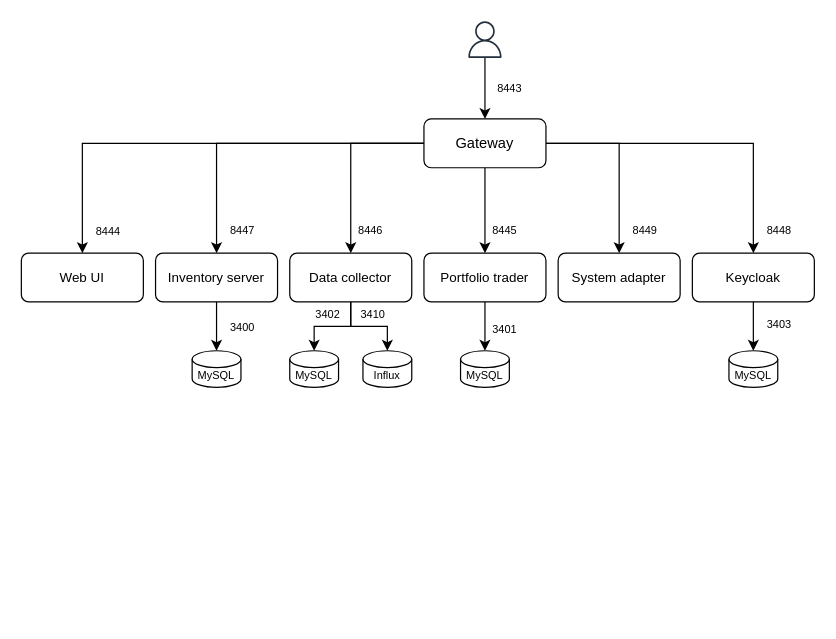
bit-fever/.github keeps this draw.io diagram as profile/diagrams/components.drawio. Above is the earlier version. Source tidied: cells renumbered, new cells numbered last; positions are measured from the earlier drawing's top-left corner, leaving out a move shared by most shapes. Both pictures are drawn from the tidied source at 122%, with x=0, y=0 at pixel (21, 21).
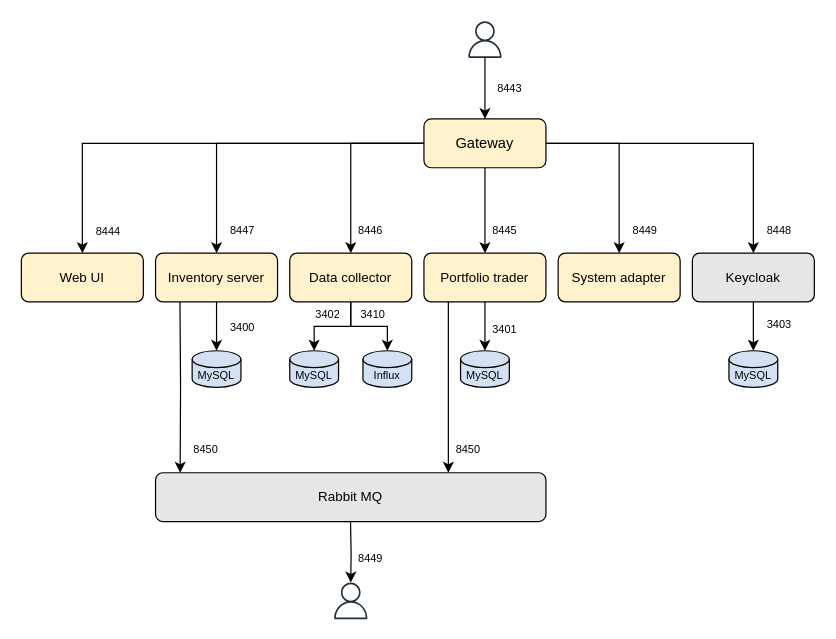
The same page after the edit.

Commit message (it also covers changes not shown here):
Updated general diagram

Change to the diagram source:
```diff
@@
-    <mxCell id="12" value="Gateway" style="rounded=1;whiteSpace=wrap;html=1;" parent="1" vertex="1">
+    <mxCell id="12" value="Gateway" style="rounded=1;whiteSpace=wrap;html=1;fillColor=#FFF2CC;" parent="1" vertex="1">
       <mxGeometry x="330" y="80" width="100" height="40" as="geometry" />
     </mxCell>
-    <mxCell id="13" value="Web UI" style="rounded=1;whiteSpace=wrap;html=1;fontSize=11;" parent="1" vertex="1">
+    <mxCell id="13" value="Web UI" style="rounded=1;whiteSpace=wrap;html=1;fontSize=11;fillColor=#FFF2CC;" parent="1" vertex="1">
       <mxGeometry y="190" width="100" height="40" as="geometry" />
     </mxCell>
-    <mxCell id="14" value="Inventory server" style="rounded=1;whiteSpace=wrap;html=1;fontSize=11;" parent="1" vertex="1">
+    <mxCell id="14" value="Inventory server" style="rounded=1;whiteSpace=wrap;html=1;fontSize=11;fillColor=#FFF2CC;" parent="1" vertex="1">
       <mxGeometry x="110" y="190" width="100" height="40" as="geometry" />
     </mxCell>
-    <mxCell id="15" value="Data collector" style="rounded=1;whiteSpace=wrap;html=1;fontSize=11;" parent="1" vertex="1">
+    <mxCell id="15" value="Data collector" style="rounded=1;whiteSpace=wrap;html=1;fontSize=11;fillColor=#FFF2CC;" parent="1" vertex="1">
       <mxGeometry x="220" y="190" width="100" height="40" as="geometry" />
     </mxCell>
-    <mxCell id="16" value="Portfolio trader" style="rounded=1;whiteSpace=wrap;html=1;fontSize=11;" parent="1" vertex="1">
+    <mxCell id="16" value="Portfolio trader" style="rounded=1;whiteSpace=wrap;html=1;fontSize=11;fillColor=#FFF2CC;" parent="1" vertex="1">
       <mxGeometry x="330" y="190" width="100" height="40" as="geometry" />
     </mxCell>
-    <mxCell id="17" value="System adapter" style="rounded=1;whiteSpace=wrap;html=1;fontSize=11;" parent="1" vertex="1">
+    <mxCell id="17" value="System adapter" style="rounded=1;whiteSpace=wrap;html=1;fontSize=11;fillColor=#FFF2CC;" parent="1" vertex="1">
       <mxGeometry x="440" y="190" width="100" height="40" as="geometry" />
     </mxCell>
-    <mxCell id="18" value="Keycloak" style="rounded=1;whiteSpace=wrap;html=1;fontSize=11;" parent="1" vertex="1">
+    <mxCell id="18" value="Keycloak" style="rounded=1;whiteSpace=wrap;html=1;fontSize=11;fillColor=#E6E6E6;" parent="1" vertex="1">
       <mxGeometry x="550" y="190" width="100" height="40" as="geometry" />
     </mxCell>
@@
-    <mxCell id="21" value="MySQL" style="shape=cylinder3;whiteSpace=wrap;html=1;boundedLbl=1;backgroundOutline=1;size=6.899993896484375;fontSize=9;" parent="1" vertex="1">
+    <mxCell id="21" value="MySQL" style="shape=cylinder3;whiteSpace=wrap;html=1;boundedLbl=1;backgroundOutline=1;size=6.899993896484375;fontSize=9;fillColor=#D4E1F5;" parent="1" vertex="1">
       <mxGeometry x="140" y="270" width="40" height="30" as="geometry" />
     </mxCell>
-    <mxCell id="22" value="MySQL" style="shape=cylinder3;whiteSpace=wrap;html=1;boundedLbl=1;backgroundOutline=1;size=6.899993896484375;fontSize=9;" parent="1" vertex="1">
+    <mxCell id="22" value="MySQL" style="shape=cylinder3;whiteSpace=wrap;html=1;boundedLbl=1;backgroundOutline=1;size=6.899993896484375;fontSize=9;fillColor=#D4E1F5;" parent="1" vertex="1">
       <mxGeometry x="220" y="270" width="40" height="30" as="geometry" />
     </mxCell>
-    <mxCell id="23" value="MySQL" style="shape=cylinder3;whiteSpace=wrap;html=1;boundedLbl=1;backgroundOutline=1;size=6.899993896484375;fontSize=9;" parent="1" vertex="1">
+    <mxCell id="23" value="MySQL" style="shape=cylinder3;whiteSpace=wrap;html=1;boundedLbl=1;backgroundOutline=1;size=6.899993896484375;fontSize=9;fillColor=#D4E1F5;" parent="1" vertex="1">
       <mxGeometry x="360" y="270" width="40" height="30" as="geometry" />
     </mxCell>
-    <mxCell id="24" value="MySQL" style="shape=cylinder3;whiteSpace=wrap;html=1;boundedLbl=1;backgroundOutline=1;size=6.899993896484375;fontSize=9;" parent="1" vertex="1">
+    <mxCell id="24" value="MySQL" style="shape=cylinder3;whiteSpace=wrap;html=1;boundedLbl=1;backgroundOutline=1;size=6.899993896484375;fontSize=9;fillColor=#D4E1F5;" parent="1" vertex="1">
       <mxGeometry x="580" y="270" width="40" height="30" as="geometry" />
     </mxCell>
@@
-    <mxCell id="36" value="Influx" style="shape=cylinder3;whiteSpace=wrap;html=1;boundedLbl=1;backgroundOutline=1;size=6.899993896484375;fontSize=9;" parent="1" vertex="1">
+    <mxCell id="36" value="Influx" style="shape=cylinder3;whiteSpace=wrap;html=1;boundedLbl=1;backgroundOutline=1;size=6.899993896484375;fontSize=9;fillColor=#D4E1F5;" parent="1" vertex="1">
       <mxGeometry x="280" y="270" width="40" height="30" as="geometry" />
     </mxCell>
@@
+    <mxCell id="39" value="Rabbit MQ" style="rounded=1;whiteSpace=wrap;html=1;fontSize=11;fillColor=#E6E6E6;" parent="1" vertex="1">
+      <mxGeometry x="110" y="370" width="320" height="40" as="geometry" />
+    </mxCell>
+    <mxCell id="40" style="edgeStyle=orthogonalEdgeStyle;rounded=0;jettySize=auto;html=1;entryX=0.063;entryY=0;entryDx=0;entryDy=0;entryPerimeter=0;" parent="1" edge="1" target="39">
+      <mxGeometry relative="1" as="geometry">
+        <mxPoint x="130" y="230" as="sourcePoint" />
+      </mxGeometry>
+    </mxCell>
+    <mxCell id="41" style="edgeStyle=orthogonalEdgeStyle;rounded=0;orthogonalLoop=1;jettySize=auto;html=1;entryX=0.063;entryY=0;entryDx=0;entryDy=0;entryPerimeter=0;" parent="1" edge="1">
+      <mxGeometry relative="1" as="geometry">
+        <mxPoint x="350" y="230" as="sourcePoint" />
+        <mxPoint x="350" y="370" as="targetPoint" />
+      </mxGeometry>
+    </mxCell>
+    <mxCell id="42" value="8449" style="edgeLabel;html=1;align=center;verticalAlign=middle;fontSize=9;" parent="41" vertex="1">
+      <mxGeometry relative="1" as="geometry">
+        <mxPoint x="-65" y="140" as="offset" />
+      </mxGeometry>
+    </mxCell>
+    <mxCell id="43" value="8450" style="edgeLabel;html=1;align=center;verticalAlign=middle;fontSize=9;" parent="1" vertex="1">
+      <mxGeometry x="365" y="350" as="geometry" />
+    </mxCell>
+    <mxCell id="44" value="8450" style="edgeLabel;html=1;align=center;verticalAlign=middle;fontSize=9;" parent="1" vertex="1">
+      <mxGeometry x="150" y="350" as="geometry" />
+    </mxCell>
+    <mxCell id="45" style="sketch=0;fontColor=#232F3E;gradientColor=none;fillColor=#232F3D;strokeColor=none;dashed=0;verticalLabelPosition=bottom;verticalAlign=top;align=center;html=1;fontSize=12;fontStyle=0;shape=mxgraph.aws4.user;" parent="1" vertex="1">
+      <mxGeometry x="255" y="460" width="30" height="30" as="geometry" />
+    </mxCell>
+    <mxCell id="46" style="edgeStyle=orthogonalEdgeStyle;rounded=0;orthogonalLoop=1;jettySize=auto;html=1;" parent="1" edge="1">
+      <mxGeometry relative="1" as="geometry">
+        <mxPoint x="269.8" y="410" as="sourcePoint" />
+        <mxPoint x="270" y="460" as="targetPoint" />
+      </mxGeometry>
+    </mxCell>
```
